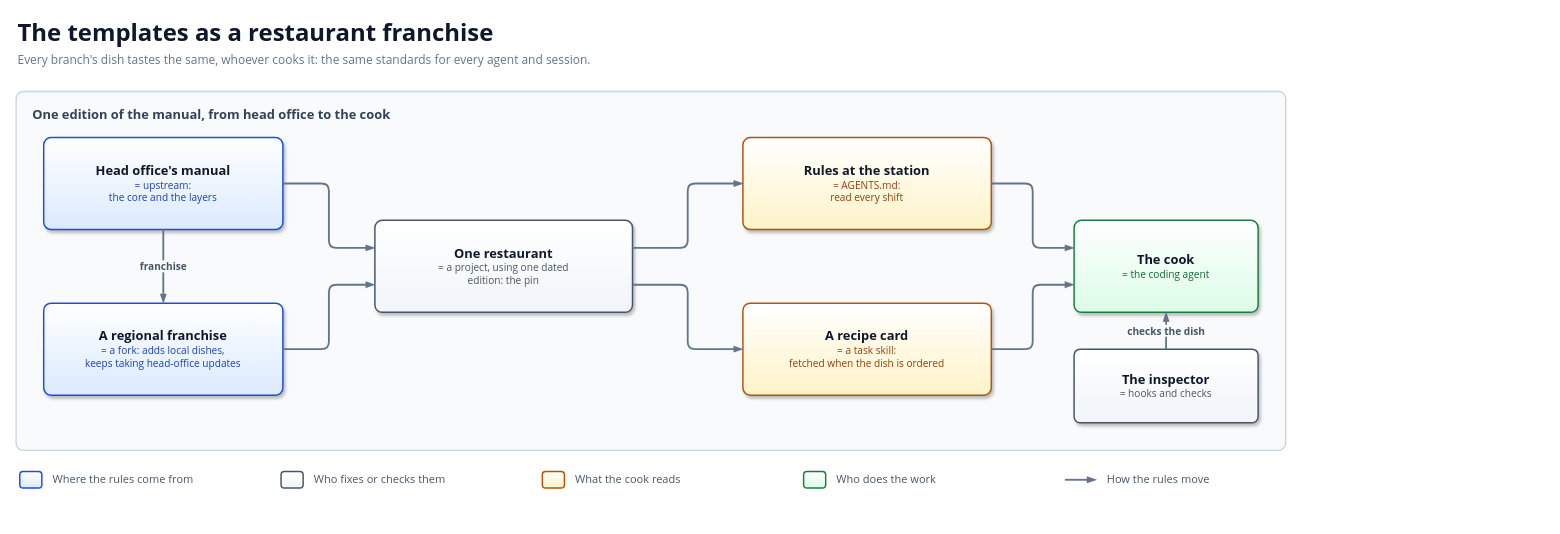
The draw.io diagram docs/diagrams/primer-franchise.drawio in solid-ai-dev/solid-ai-templates, before the edit. Source tidied: cells renumbered, new cells numbered last; positions are measured from the earlier drawing's top-left corner, leaving out a move shared by most shapes. Both pictures are drawn from the tidied source at 92%, with x=0, y=0 at pixel (16, 16).
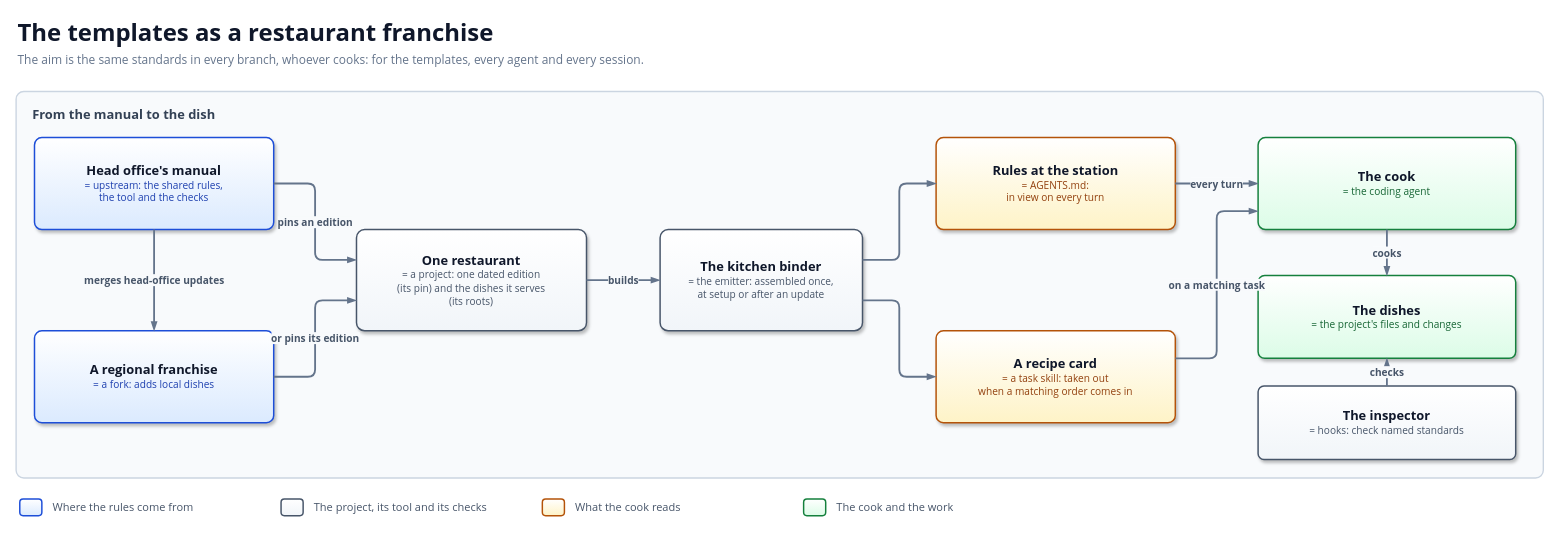
The same page after the edit.

Commit message (it also covers changes not shown here):
docs(primer): correct the franchise analogy against the emitter and the hooks (#2481)

Claude-Session: https://claude.ai/code/session_01DpT5xNnRJb1cwm2T3M4JoY

Diff of the diagram source:
```diff
@@
     <mxCell id="2" value="The templates as a restaurant franchise" style="text;html=1;whiteSpace=wrap;strokeColor=none;fillColor=none;align=left;verticalAlign=middle;fontFamily=Segoe UI;fontSize=26;fontColor=#0F172A;fontStyle=1;" parent="1" vertex="1">
-      <mxGeometry width="1380" height="36" as="geometry" />
+      <mxGeometry width="1660" height="36" as="geometry" />
     </mxCell>
-    <mxCell id="3" value="Every branch's dish tastes the same, whoever cooks it: the same standards for every agent and session." style="text;html=1;whiteSpace=wrap;strokeColor=none;fillColor=none;align=left;verticalAlign=middle;fontFamily=Segoe UI;fontSize=13;fontColor=#64748B;" parent="1" vertex="1">
-      <mxGeometry y="36" width="1380" height="24" as="geometry" />
+    <mxCell id="3" value="The aim is the same standards in every branch, whoever cooks: for the templates, every agent and every session." style="text;html=1;whiteSpace=wrap;strokeColor=none;fillColor=none;align=left;verticalAlign=middle;fontFamily=Segoe UI;fontSize=13;fontColor=#64748B;" parent="1" vertex="1">
+      <mxGeometry y="36" width="1660" height="24" as="geometry" />
     </mxCell>
-    <mxCell id="4" value="One edition of the manual, from head office to the cook" style="rounded=1;arcSize=2;whiteSpace=wrap;html=1;fillColor=#F8FAFC;strokeColor=#CBD5E1;strokeWidth=1.5;align=left;verticalAlign=top;spacingLeft=16;spacingTop=10;fontFamily=Segoe UI;fontSize=14;fontColor=#334155;fontStyle=1;" parent="1" vertex="1">
-      <mxGeometry y="82" width="1380" height="390" as="geometry" />
+    <mxCell id="4" value="From the manual to the dish" style="rounded=1;arcSize=2;whiteSpace=wrap;html=1;fillColor=#F8FAFC;strokeColor=#CBD5E1;strokeWidth=1.5;align=left;verticalAlign=top;spacingLeft=16;spacingTop=10;fontFamily=Segoe UI;fontSize=14;fontColor=#334155;fontStyle=1;" parent="1" vertex="1">
+      <mxGeometry y="82" width="1660" height="420" as="geometry" />
     </mxCell>
-    <mxCell id="5" value="&lt;b style='font-size:14px;color:#0F172A'&gt;Head office's manual&lt;/b&gt;&lt;br&gt;&lt;span style='font-size:11px;color:#1E40AF'&gt;= upstream:&lt;br&gt;the core and the layers&lt;/span&gt;" style="rounded=1;arcSize=8;whiteSpace=wrap;html=1;fillColor=#DBEAFE;gradientColor=#FFFFFF;gradientDirection=north;strokeColor=#1D4ED8;strokeWidth=1.6;shadow=1;align=center;fontFamily=Segoe UI;fontColor=#0F172A;spacing=6;" parent="1" vertex="1">
-      <mxGeometry x="30" y="132" width="260" height="100" as="geometry" />
+    <mxCell id="5" value="&lt;b style='font-size:14px;color:#0F172A'&gt;Head office's manual&lt;/b&gt;&lt;br&gt;&lt;span style='font-size:11px;color:#1E40AF'&gt;= upstream: the shared rules,&lt;br&gt;the tool and the checks&lt;/span&gt;" style="rounded=1;arcSize=8;whiteSpace=wrap;html=1;fillColor=#DBEAFE;gradientColor=#FFFFFF;gradientDirection=north;strokeColor=#1D4ED8;strokeWidth=1.6;shadow=1;align=center;fontFamily=Segoe UI;fontColor=#0F172A;spacing=6;" parent="1" vertex="1">
+      <mxGeometry x="20" y="132" width="260" height="100" as="geometry" />
     </mxCell>
-    <mxCell id="6" value="&lt;b style='font-size:14px;color:#0F172A'&gt;A regional franchise&lt;/b&gt;&lt;br&gt;&lt;span style='font-size:11px;color:#1E40AF'&gt;= a fork: adds local dishes,&lt;br&gt;keeps taking head-office updates&lt;/span&gt;" style="rounded=1;arcSize=8;whiteSpace=wrap;html=1;fillColor=#DBEAFE;gradientColor=#FFFFFF;gradientDirection=north;strokeColor=#1D4ED8;strokeWidth=1.6;shadow=1;align=center;fontFamily=Segoe UI;fontColor=#0F172A;spacing=6;" parent="1" vertex="1">
-      <mxGeometry x="30" y="312" width="260" height="100" as="geometry" />
+    <mxCell id="6" value="&lt;b style='font-size:14px;color:#0F172A'&gt;A regional franchise&lt;/b&gt;&lt;br&gt;&lt;span style='font-size:11px;color:#1E40AF'&gt;= a fork: adds local dishes&lt;/span&gt;" style="rounded=1;arcSize=8;whiteSpace=wrap;html=1;fillColor=#DBEAFE;gradientColor=#FFFFFF;gradientDirection=north;strokeColor=#1D4ED8;strokeWidth=1.6;shadow=1;align=center;fontFamily=Segoe UI;fontColor=#0F172A;spacing=6;" parent="1" vertex="1">
+      <mxGeometry x="20" y="342" width="260" height="100" as="geometry" />
     </mxCell>
-    <mxCell id="7" value="&lt;b style='font-size:14px;color:#0F172A'&gt;One restaurant&lt;/b&gt;&lt;br&gt;&lt;span style='font-size:11px;color:#475569'&gt;= a project, using one dated&lt;br&gt;edition: the pin&lt;/span&gt;" style="rounded=1;arcSize=8;whiteSpace=wrap;html=1;fillColor=#F1F5F9;gradientColor=#FFFFFF;gradientDirection=north;strokeColor=#475569;strokeWidth=1.6;shadow=1;align=center;fontFamily=Segoe UI;fontColor=#0F172A;spacing=6;" parent="1" vertex="1">
-      <mxGeometry x="390" y="222" width="280" height="100" as="geometry" />
+    <mxCell id="7" value="&lt;b style='font-size:14px;color:#0F172A'&gt;One restaurant&lt;/b&gt;&lt;br&gt;&lt;span style='font-size:11px;color:#475569'&gt;= a project: one dated edition&lt;br&gt;(its pin) and the dishes it serves&lt;br&gt;(its roots)&lt;/span&gt;" style="rounded=1;arcSize=8;whiteSpace=wrap;html=1;fillColor=#F1F5F9;gradientColor=#FFFFFF;gradientDirection=north;strokeColor=#475569;strokeWidth=1.6;shadow=1;align=center;fontFamily=Segoe UI;fontColor=#0F172A;spacing=6;" parent="1" vertex="1">
+      <mxGeometry x="370" y="232" width="250" height="110" as="geometry" />
     </mxCell>
-    <mxCell id="8" value="&lt;b style='font-size:14px;color:#0F172A'&gt;Rules at the station&lt;/b&gt;&lt;br&gt;&lt;span style='font-size:11px;color:#92400E'&gt;= AGENTS.md:&lt;br&gt;read every shift&lt;/span&gt;" style="rounded=1;arcSize=8;whiteSpace=wrap;html=1;fillColor=#FEF3C7;gradientColor=#FFFFFF;gradientDirection=north;strokeColor=#B45309;strokeWidth=1.6;shadow=1;align=center;fontFamily=Segoe UI;fontColor=#0F172A;spacing=6;" parent="1" vertex="1">
-      <mxGeometry x="790" y="132" width="270" height="100" as="geometry" />
+    <mxCell id="8" value="&lt;b style='font-size:14px;color:#0F172A'&gt;The kitchen binder&lt;/b&gt;&lt;br&gt;&lt;span style='font-size:11px;color:#475569'&gt;= the emitter: assembled once,&lt;br&gt;at setup or after an update&lt;/span&gt;" style="rounded=1;arcSize=8;whiteSpace=wrap;html=1;fillColor=#F1F5F9;gradientColor=#FFFFFF;gradientDirection=north;strokeColor=#475569;strokeWidth=1.6;shadow=1;align=center;fontFamily=Segoe UI;fontColor=#0F172A;spacing=6;" parent="1" vertex="1">
+      <mxGeometry x="700" y="232" width="220" height="110" as="geometry" />
     </mxCell>
-    <mxCell id="9" value="&lt;b style='font-size:14px;color:#0F172A'&gt;A recipe card&lt;/b&gt;&lt;br&gt;&lt;span style='font-size:11px;color:#92400E'&gt;= a task skill:&lt;br&gt;fetched when the dish is ordered&lt;/span&gt;" style="rounded=1;arcSize=8;whiteSpace=wrap;html=1;fillColor=#FEF3C7;gradientColor=#FFFFFF;gradientDirection=north;strokeColor=#B45309;strokeWidth=1.6;shadow=1;align=center;fontFamily=Segoe UI;fontColor=#0F172A;spacing=6;" parent="1" vertex="1">
-      <mxGeometry x="790" y="312" width="270" height="100" as="geometry" />
+    <mxCell id="9" value="&lt;b style='font-size:14px;color:#0F172A'&gt;Rules at the station&lt;/b&gt;&lt;br&gt;&lt;span style='font-size:11px;color:#92400E'&gt;= AGENTS.md:&lt;br&gt;in view on every turn&lt;/span&gt;" style="rounded=1;arcSize=8;whiteSpace=wrap;html=1;fillColor=#FEF3C7;gradientColor=#FFFFFF;gradientDirection=north;strokeColor=#B45309;strokeWidth=1.6;shadow=1;align=center;fontFamily=Segoe UI;fontColor=#0F172A;spacing=6;" parent="1" vertex="1">
+      <mxGeometry x="1000" y="132" width="260" height="100" as="geometry" />
     </mxCell>
-    <mxCell id="10" value="&lt;b style='font-size:14px;color:#0F172A'&gt;The cook&lt;/b&gt;&lt;br&gt;&lt;span style='font-size:11px;color:#166534'&gt;= the coding agent&lt;/span&gt;" style="rounded=1;arcSize=8;whiteSpace=wrap;html=1;fillColor=#DCFCE7;gradientColor=#FFFFFF;gradientDirection=north;strokeColor=#15803D;strokeWidth=1.6;shadow=1;align=center;fontFamily=Segoe UI;fontColor=#0F172A;spacing=6;" parent="1" vertex="1">
-      <mxGeometry x="1150" y="222" width="200" height="100" as="geometry" />
+    <mxCell id="10" value="&lt;b style='font-size:14px;color:#0F172A'&gt;A recipe card&lt;/b&gt;&lt;br&gt;&lt;span style='font-size:11px;color:#92400E'&gt;= a task skill: taken out&lt;br&gt;when a matching order comes in&lt;/span&gt;" style="rounded=1;arcSize=8;whiteSpace=wrap;html=1;fillColor=#FEF3C7;gradientColor=#FFFFFF;gradientDirection=north;strokeColor=#B45309;strokeWidth=1.6;shadow=1;align=center;fontFamily=Segoe UI;fontColor=#0F172A;spacing=6;" parent="1" vertex="1">
+      <mxGeometry x="1000" y="342" width="260" height="100" as="geometry" />
     </mxCell>
-    <mxCell id="11" value="&lt;b style='font-size:14px;color:#0F172A'&gt;The inspector&lt;/b&gt;&lt;br&gt;&lt;span style='font-size:11px;color:#475569'&gt;= hooks and checks&lt;/span&gt;" style="rounded=1;arcSize=8;whiteSpace=wrap;html=1;fillColor=#F1F5F9;gradientColor=#FFFFFF;gradientDirection=north;strokeColor=#475569;strokeWidth=1.6;shadow=1;align=center;fontFamily=Segoe UI;fontColor=#0F172A;spacing=6;" parent="1" vertex="1">
-      <mxGeometry x="1150" y="362" width="200" height="80" as="geometry" />
+    <mxCell id="11" value="&lt;b style='font-size:14px;color:#0F172A'&gt;The cook&lt;/b&gt;&lt;br&gt;&lt;span style='font-size:11px;color:#166534'&gt;= the coding agent&lt;/span&gt;" style="rounded=1;arcSize=8;whiteSpace=wrap;html=1;fillColor=#DCFCE7;gradientColor=#FFFFFF;gradientDirection=north;strokeColor=#15803D;strokeWidth=1.6;shadow=1;align=center;fontFamily=Segoe UI;fontColor=#0F172A;spacing=6;" parent="1" vertex="1">
+      <mxGeometry x="1350" y="132" width="280" height="100" as="geometry" />
     </mxCell>
-    <mxCell id="12" value="franchise" style="edgeStyle=orthogonalEdgeStyle;rounded=1;arcSize=16;html=1;jettySize=auto;strokeColor=#64748B;strokeWidth=2.0;endArrow=blockThin;endFill=1;endSize=5;fontFamily=Segoe UI;fontSize=11;fontColor=#475569;fontStyle=1;labelBackgroundColor=#F8FAFC;exitX=0.5;exitY=1;entryX=0.5;entryY=0;" parent="1" edge="1" source="5" target="6">
-      <mxGeometry relative="1" as="geometry" />
+    <mxCell id="12" value="&lt;b style='font-size:14px;color:#0F172A'&gt;The dishes&lt;/b&gt;&lt;br&gt;&lt;span style='font-size:11px;color:#166534'&gt;= the project's files and changes&lt;/span&gt;" style="rounded=1;arcSize=8;whiteSpace=wrap;html=1;fillColor=#DCFCE7;gradientColor=#FFFFFF;gradientDirection=north;strokeColor=#15803D;strokeWidth=1.6;shadow=1;align=center;fontFamily=Segoe UI;fontColor=#0F172A;spacing=6;" parent="1" vertex="1">
+      <mxGeometry x="1350" y="282" width="280" height="90" as="geometry" />
     </mxCell>
-    <mxCell id="13" style="edgeStyle=orthogonalEdgeStyle;rounded=1;arcSize=16;html=1;jettySize=auto;strokeColor=#64748B;strokeWidth=2.0;endArrow=blockThin;endFill=1;endSize=5;fontFamily=Segoe UI;fontSize=11;fontColor=#475569;fontStyle=1;labelBackgroundColor=#F8FAFC;exitX=1;exitY=0.5;entryX=0;entryY=0.3;" parent="1" edge="1" source="5" target="7">
-      <mxGeometry relative="1" as="geometry" />
+    <mxCell id="13" value="&lt;b style='font-size:14px;color:#0F172A'&gt;The inspector&lt;/b&gt;&lt;br&gt;&lt;span style='font-size:11px;color:#475569'&gt;= hooks: check named standards&lt;/span&gt;" style="rounded=1;arcSize=8;whiteSpace=wrap;html=1;fillColor=#F1F5F9;gradientColor=#FFFFFF;gradientDirection=north;strokeColor=#475569;strokeWidth=1.6;shadow=1;align=center;fontFamily=Segoe UI;fontColor=#0F172A;spacing=6;" parent="1" vertex="1">
+      <mxGeometry x="1350" y="402" width="280" height="80" as="geometry" />
     </mxCell>
-    <mxCell id="14" style="edgeStyle=orthogonalEdgeStyle;rounded=1;arcSize=16;html=1;jettySize=auto;strokeColor=#64748B;strokeWidth=2.0;endArrow=blockThin;endFill=1;endSize=5;fontFamily=Segoe UI;fontSize=11;fontColor=#475569;fontStyle=1;labelBackgroundColor=#F8FAFC;exitX=1;exitY=0.5;entryX=0;entryY=0.7;" parent="1" edge="1" source="6" target="7">
+    <mxCell id="14" value="merges head-office updates" style="edgeStyle=orthogonalEdgeStyle;rounded=1;arcSize=16;html=1;jettySize=auto;strokeColor=#64748B;strokeWidth=2.0;endArrow=blockThin;endFill=1;endSize=5;fontFamily=Segoe UI;fontSize=11;fontColor=#475569;fontStyle=1;labelBackgroundColor=#F8FAFC;exitX=0.5;exitY=1;entryX=0.5;entryY=0;" parent="1" edge="1" source="5" target="6">
       <mxGeometry relative="1" as="geometry" />
     </mxCell>
-    <mxCell id="15" style="edgeStyle=orthogonalEdgeStyle;rounded=1;arcSize=16;html=1;jettySize=auto;strokeColor=#64748B;strokeWidth=2.0;endArrow=blockThin;endFill=1;endSize=5;fontFamily=Segoe UI;fontSize=11;fontColor=#475569;fontStyle=1;labelBackgroundColor=#F8FAFC;exitX=1;exitY=0.3;entryX=0;entryY=0.5;" parent="1" edge="1" source="7" target="8">
+    <mxCell id="15" value="pins an edition" style="edgeStyle=orthogonalEdgeStyle;rounded=1;arcSize=16;html=1;jettySize=auto;strokeColor=#64748B;strokeWidth=2.0;endArrow=blockThin;endFill=1;endSize=5;fontFamily=Segoe UI;fontSize=11;fontColor=#475569;fontStyle=1;labelBackgroundColor=#F8FAFC;exitX=1;exitY=0.5;entryX=0;entryY=0.3;" parent="1" edge="1" source="5" target="7">
       <mxGeometry relative="1" as="geometry" />
     </mxCell>
-    <mxCell id="16" style="edgeStyle=orthogonalEdgeStyle;rounded=1;arcSize=16;html=1;jettySize=auto;strokeColor=#64748B;strokeWidth=2.0;endArrow=blockThin;endFill=1;endSize=5;fontFamily=Segoe UI;fontSize=11;fontColor=#475569;fontStyle=1;labelBackgroundColor=#F8FAFC;exitX=1;exitY=0.7;entryX=0;entryY=0.5;" parent="1" edge="1" source="7" target="9">
+    <mxCell id="16" value="or pins its edition" style="edgeStyle=orthogonalEdgeStyle;rounded=1;arcSize=16;html=1;jettySize=auto;strokeColor=#64748B;strokeWidth=2.0;endArrow=blockThin;endFill=1;endSize=5;fontFamily=Segoe UI;fontSize=11;fontColor=#475569;fontStyle=1;labelBackgroundColor=#F8FAFC;exitX=1;exitY=0.5;entryX=0;entryY=0.7;" parent="1" edge="1" source="6" target="7">
       <mxGeometry relative="1" as="geometry" />
     </mxCell>
-    <mxCell id="17" style="edgeStyle=orthogonalEdgeStyle;rounded=1;arcSize=16;html=1;jettySize=auto;strokeColor=#64748B;strokeWidth=2.0;endArrow=blockThin;endFill=1;endSize=5;fontFamily=Segoe UI;fontSize=11;fontColor=#475569;fontStyle=1;labelBackgroundColor=#F8FAFC;exitX=1;exitY=0.5;entryX=0;entryY=0.3;" parent="1" edge="1" source="8" target="10">
+    <mxCell id="17" value="builds" style="edgeStyle=orthogonalEdgeStyle;rounded=1;arcSize=16;html=1;jettySize=auto;strokeColor=#64748B;strokeWidth=2.0;endArrow=blockThin;endFill=1;endSize=5;fontFamily=Segoe UI;fontSize=11;fontColor=#475569;fontStyle=1;labelBackgroundColor=#F8FAFC;exitX=1;exitY=0.5;entryX=0;entryY=0.5;" parent="1" edge="1" source="7" target="8">
       <mxGeometry relative="1" as="geometry" />
     </mxCell>
-    <mxCell id="18" style="edgeStyle=orthogonalEdgeStyle;rounded=1;arcSize=16;html=1;jettySize=auto;strokeColor=#64748B;strokeWidth=2.0;endArrow=blockThin;endFill=1;endSize=5;fontFamily=Segoe UI;fontSize=11;fontColor=#475569;fontStyle=1;labelBackgroundColor=#F8FAFC;exitX=1;exitY=0.5;entryX=0;entryY=0.7;" parent="1" edge="1" source="9" target="10">
+    <mxCell id="18" style="edgeStyle=orthogonalEdgeStyle;rounded=1;arcSize=16;html=1;jettySize=auto;strokeColor=#64748B;strokeWidth=2.0;endArrow=blockThin;endFill=1;endSize=5;fontFamily=Segoe UI;fontSize=11;fontColor=#475569;fontStyle=1;labelBackgroundColor=#F8FAFC;exitX=1;exitY=0.3;entryX=0;entryY=0.5;" parent="1" edge="1" source="8" target="9">
       <mxGeometry relative="1" as="geometry" />
     </mxCell>
-    <mxCell id="19" value="checks the dish" style="edgeStyle=orthogonalEdgeStyle;rounded=1;arcSize=16;html=1;jettySize=auto;strokeColor=#64748B;strokeWidth=2.0;endArrow=blockThin;endFill=1;endSize=5;fontFamily=Segoe UI;fontSize=11;fontColor=#475569;fontStyle=1;labelBackgroundColor=#F8FAFC;exitX=0.5;exitY=0;entryX=0.5;entryY=1;" parent="1" edge="1" source="11" target="10">
+    <mxCell id="19" style="edgeStyle=orthogonalEdgeStyle;rounded=1;arcSize=16;html=1;jettySize=auto;strokeColor=#64748B;strokeWidth=2.0;endArrow=blockThin;endFill=1;endSize=5;fontFamily=Segoe UI;fontSize=11;fontColor=#475569;fontStyle=1;labelBackgroundColor=#F8FAFC;exitX=1;exitY=0.7;entryX=0;entryY=0.5;" parent="1" edge="1" source="8" target="10">
       <mxGeometry relative="1" as="geometry" />
     </mxCell>
-    <mxCell id="20" style="rounded=1;arcSize=20;whiteSpace=wrap;html=1;gradientColor=#FFFFFF;gradientDirection=north;strokeWidth=1.6;fillColor=#DBEAFE;strokeColor=#1D4ED8;" parent="1" vertex="1">
-      <mxGeometry x="4" y="495" width="24" height="18" as="geometry" />
+    <mxCell id="20" value="every turn" style="edgeStyle=orthogonalEdgeStyle;rounded=1;arcSize=16;html=1;jettySize=auto;strokeColor=#64748B;strokeWidth=2.0;endArrow=blockThin;endFill=1;endSize=5;fontFamily=Segoe UI;fontSize=11;fontColor=#475569;fontStyle=1;labelBackgroundColor=#F8FAFC;exitX=1;exitY=0.5;entryX=0;entryY=0.5;" parent="1" edge="1" source="9" target="11">
+      <mxGeometry relative="1" as="geometry" />
     </mxCell>
-    <mxCell id="21" value="Where the rules come from" style="text;html=1;whiteSpace=wrap;strokeColor=none;fillColor=none;align=left;verticalAlign=middle;fontFamily=Segoe UI;fontSize=12;fontColor=#475569;" parent="1" vertex="1">
-      <mxGeometry x="38" y="492" width="240" height="24" as="geometry" />
+    <mxCell id="21" value="on a matching task" style="edgeStyle=orthogonalEdgeStyle;rounded=1;arcSize=16;html=1;jettySize=auto;strokeColor=#64748B;strokeWidth=2.0;endArrow=blockThin;endFill=1;endSize=5;fontFamily=Segoe UI;fontSize=11;fontColor=#475569;fontStyle=1;labelBackgroundColor=#F8FAFC;exitX=1;exitY=0.3;entryX=0;entryY=0.8;" parent="1" edge="1" source="10" target="11">
+      <mxGeometry relative="1" as="geometry" />
     </mxCell>
-    <mxCell id="22" style="rounded=1;arcSize=20;whiteSpace=wrap;html=1;gradientColor=#FFFFFF;gradientDirection=north;strokeWidth=1.6;fillColor=#F1F5F9;strokeColor=#475569;" parent="1" vertex="1">
-      <mxGeometry x="288" y="495" width="24" height="18" as="geometry" />
+    <mxCell id="22" value="cooks" style="edgeStyle=orthogonalEdgeStyle;rounded=1;arcSize=16;html=1;jettySize=auto;strokeColor=#64748B;strokeWidth=2.0;endArrow=blockThin;endFill=1;endSize=5;fontFamily=Segoe UI;fontSize=11;fontColor=#475569;fontStyle=1;labelBackgroundColor=#F8FAFC;exitX=0.5;exitY=1;entryX=0.5;entryY=0;" parent="1" edge="1" source="11" target="12">
+      <mxGeometry relative="1" as="geometry" />
     </mxCell>
-    <mxCell id="23" value="Who fixes or checks them" style="text;html=1;whiteSpace=wrap;strokeColor=none;fillColor=none;align=left;verticalAlign=middle;fontFamily=Segoe UI;fontSize=12;fontColor=#475569;" parent="1" vertex="1">
-      <mxGeometry x="322" y="492" width="240" height="24" as="geometry" />
+    <mxCell id="23" value="checks" style="edgeStyle=orthogonalEdgeStyle;rounded=1;arcSize=16;html=1;jettySize=auto;strokeColor=#64748B;strokeWidth=2.0;endArrow=blockThin;endFill=1;endSize=5;fontFamily=Segoe UI;fontSize=11;fontColor=#475569;fontStyle=1;labelBackgroundColor=#F8FAFC;exitX=0.5;exitY=0;entryX=0.5;entryY=1;" parent="1" edge="1" source="13" target="12">
+      <mxGeometry relative="1" as="geometry" />
     </mxCell>
-    <mxCell id="24" style="rounded=1;arcSize=20;whiteSpace=wrap;html=1;gradientColor=#FFFFFF;gradientDirection=north;strokeWidth=1.6;fillColor=#FEF3C7;strokeColor=#B45309;" parent="1" vertex="1">
-      <mxGeometry x="572" y="495" width="24" height="18" as="geometry" />
+    <mxCell id="24" style="rounded=1;arcSize=20;whiteSpace=wrap;html=1;gradientColor=#FFFFFF;gradientDirection=north;strokeWidth=1.6;fillColor=#DBEAFE;strokeColor=#1D4ED8;" parent="1" vertex="1">
+      <mxGeometry x="4" y="525" width="24" height="18" as="geometry" />
     </mxCell>
-    <mxCell id="25" value="What the cook reads" style="text;html=1;whiteSpace=wrap;strokeColor=none;fillColor=none;align=left;verticalAlign=middle;fontFamily=Segoe UI;fontSize=12;fontColor=#475569;" parent="1" vertex="1">
-      <mxGeometry x="606" y="492" width="240" height="24" as="geometry" />
+    <mxCell id="25" value="Where the rules come from" style="text;html=1;whiteSpace=wrap;strokeColor=none;fillColor=none;align=left;verticalAlign=middle;fontFamily=Segoe UI;fontSize=12;fontColor=#475569;" parent="1" vertex="1">
+      <mxGeometry x="38" y="522" width="240" height="24" as="geometry" />
     </mxCell>
-    <mxCell id="26" style="rounded=1;arcSize=20;whiteSpace=wrap;html=1;gradientColor=#FFFFFF;gradientDirection=north;strokeWidth=1.6;fillColor=#DCFCE7;strokeColor=#15803D;" parent="1" vertex="1">
-      <mxGeometry x="856" y="495" width="24" height="18" as="geometry" />
+    <mxCell id="26" style="rounded=1;arcSize=20;whiteSpace=wrap;html=1;gradientColor=#FFFFFF;gradientDirection=north;strokeWidth=1.6;fillColor=#F1F5F9;strokeColor=#475569;" parent="1" vertex="1">
+      <mxGeometry x="288" y="525" width="24" height="18" as="geometry" />
     </mxCell>
-    <mxCell id="27" value="Who does the work" style="text;html=1;whiteSpace=wrap;strokeColor=none;fillColor=none;align=left;verticalAlign=middle;fontFamily=Segoe UI;fontSize=12;fontColor=#475569;" parent="1" vertex="1">
-      <mxGeometry x="890" y="492" width="240" height="24" as="geometry" />
+    <mxCell id="27" value="The project, its tool and its checks" style="text;html=1;whiteSpace=wrap;strokeColor=none;fillColor=none;align=left;verticalAlign=middle;fontFamily=Segoe UI;fontSize=12;fontColor=#475569;" parent="1" vertex="1">
+      <mxGeometry x="322" y="522" width="240" height="24" as="geometry" />
     </mxCell>
-    <mxCell id="28" style="endArrow=blockThin;endFill=1;endSize=5;html=1;strokeColor=#64748B;strokeWidth=2.0;" parent="1" edge="1">
-      <mxGeometry relative="1" as="geometry">
-        <mxPoint x="1140" y="504" as="sourcePoint" />
-        <mxPoint x="1174" y="504" as="targetPoint" />
-      </mxGeometry>
+    <mxCell id="28" style="rounded=1;arcSize=20;whiteSpace=wrap;html=1;gradientColor=#FFFFFF;gradientDirection=north;strokeWidth=1.6;fillColor=#FEF3C7;strokeColor=#B45309;" parent="1" vertex="1">
+      <mxGeometry x="572" y="525" width="24" height="18" as="geometry" />
     </mxCell>
-    <mxCell id="29" value="How the rules move" style="text;html=1;whiteSpace=wrap;strokeColor=none;fillColor=none;align=left;verticalAlign=middle;fontFamily=Segoe UI;fontSize=12;fontColor=#475569;" parent="1" vertex="1">
-      <mxGeometry x="1184" y="492" width="240" height="24" as="geometry" />
+    <mxCell id="29" value="What the cook reads" style="text;html=1;whiteSpace=wrap;strokeColor=none;fillColor=none;align=left;verticalAlign=middle;fontFamily=Segoe UI;fontSize=12;fontColor=#475569;" parent="1" vertex="1">
+      <mxGeometry x="606" y="522" width="240" height="24" as="geometry" />
     </mxCell>
+    <mxCell id="30" style="rounded=1;arcSize=20;whiteSpace=wrap;html=1;gradientColor=#FFFFFF;gradientDirection=north;strokeWidth=1.6;fillColor=#DCFCE7;strokeColor=#15803D;" parent="1" vertex="1">
+      <mxGeometry x="856" y="525" width="24" height="18" as="geometry" />
+    </mxCell>
+    <mxCell id="31" value="The cook and the work" style="text;html=1;whiteSpace=wrap;strokeColor=none;fillColor=none;align=left;verticalAlign=middle;fontFamily=Segoe UI;fontSize=12;fontColor=#475569;" parent="1" vertex="1">
+      <mxGeometry x="890" y="522" width="240" height="24" as="geometry" />
+    </mxCell>
```
